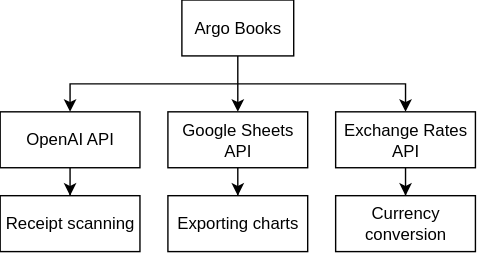
Earlier version of the draw.io export docs/diagrams/integrations/integrations-overview.svg (ArgoRobots/Argo-Books-Avalonia). Source tidied: cells renumbered, new cells last; positions are measured from the earlier drawing's top-left corner, leaving out a move shared by most shapes.
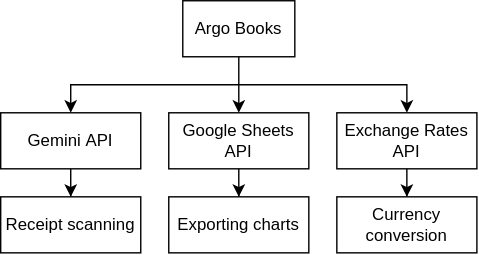
Above is the later version.

Diff of the diagram source:
```diff
@@ -11,7 +11,7 @@
     <mxCell id="4" style="edgeStyle=orthogonalEdgeStyle;rounded=0;jettySize=auto;html=1;entryX=0.5;entryY=0;entryDx=0;entryDy=0;" parent="1" edge="1" source="5" target="11">
       <mxGeometry relative="1" as="geometry" />
     </mxCell>
-    <mxCell id="5" value="OpenAI API" style="rounded=0;whiteSpace=wrap;html=1;" parent="1" vertex="1">
+    <mxCell id="5" value="Gemini&lt;span style=&quot;background-color: transparent; color: light-dark(rgb(0, 0, 0), rgb(255, 255, 255));&quot;&gt;&amp;nbsp;API&lt;/span&gt;" style="rounded=0;whiteSpace=wrap;html=1;" parent="1" vertex="1">
       <mxGeometry y="80" width="100" height="40" as="geometry" />
     </mxCell>
     <mxCell id="6" style="edgeStyle=orthogonalEdgeStyle;rounded=0;jettySize=auto;html=1;entryX=0.5;entryY=0;entryDx=0;entryDy=0;" parent="1" edge="1" source="7" target="12">
```
